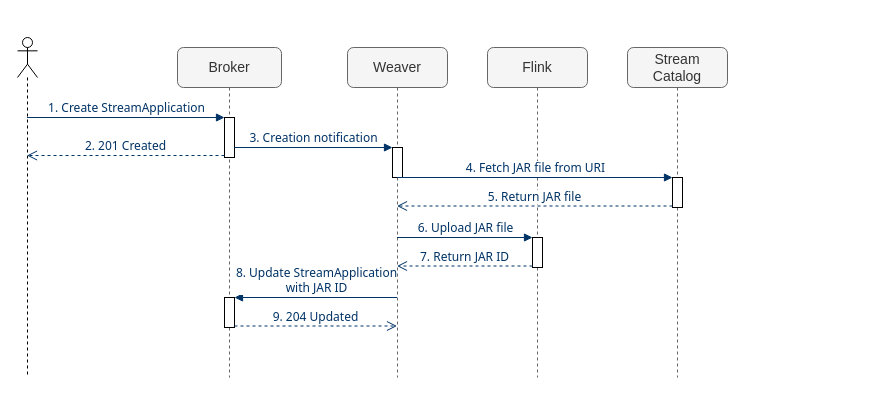
Earlier version of the draw.io diagram page "stream app sequence" (6 of 7) of docs/semantic aggregator.drawio (giros-dit/semantic-data-aggregator). Source tidied: cells renumbered, new cells numbered last; positions are measured from the earlier drawing's top-left corner, leaving out a move shared by most shapes. Both pictures are drawn from the tidied source at 100%, with x=0, y=0 at pixel (17, 37).
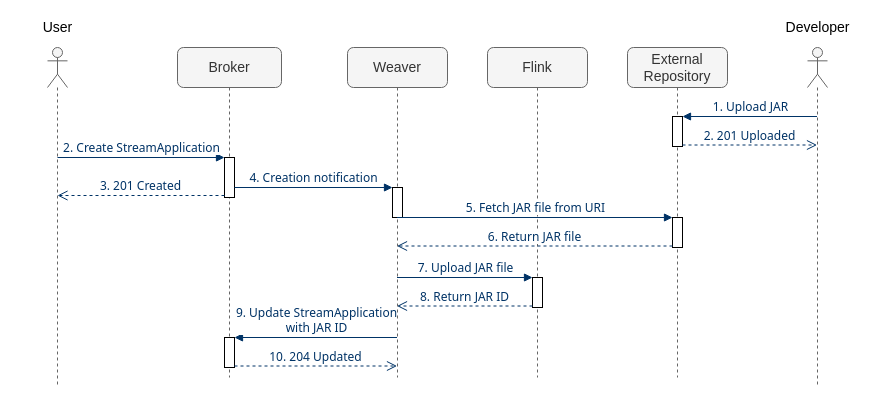
The same diagram, later.

The change refers to these unchanged cells:
```xml
<mxCell id="2" value="Broker" style="shape=umlLifeline;perimeter=lifelinePerimeter;whiteSpace=wrap;html=1;rounded=1;fontSize=14;fontColor=#333333;strokeColor=#666666;fillColor=#f5f5f5;" parent="1" vertex="1">
  <mxGeometry x="160" y="10" width="104" height="330" as="geometry" />
</mxCell>
<mxCell id="5" value="Weaver" style="shape=umlLifeline;perimeter=lifelinePerimeter;whiteSpace=wrap;html=1;outlineConnect=0;rounded=1;fontSize=14;fontColor=#333333;strokeColor=#666666;fillColor=#f5f5f5;" parent="1" vertex="1">
  <mxGeometry x="330" y="10" width="100" height="330" as="geometry" />
</mxCell>
<mxCell id="7" value="Flink" style="shape=umlLifeline;perimeter=lifelinePerimeter;whiteSpace=wrap;html=1;rounded=1;fontSize=14;fontColor=#333333;strokeColor=#666666;fillColor=#f5f5f5;" parent="1" vertex="1">
  <mxGeometry x="470" y="10" width="100" height="330" as="geometry" />
</mxCell>
```

Change to the diagram source:
```diff
@@
     <mxCell id="3" style="html=1;points=[];perimeter=orthogonalPerimeter;fontFamily=Tahoma;fontSize=12;fontColor=#003366;" parent="2" vertex="1">
-      <mxGeometry x="47" y="70" width="10" height="40" as="geometry" />
+      <mxGeometry x="47" y="110" width="10" height="40" as="geometry" />
     </mxCell>
     <mxCell id="4" style="html=1;points=[];perimeter=orthogonalPerimeter;fontFamily=Tahoma;fontSize=12;fontColor=#003366;" parent="2" vertex="1">
-      <mxGeometry x="47" y="250" width="10" height="30" as="geometry" />
+      <mxGeometry x="47" y="290" width="10" height="30" as="geometry" />
     </mxCell>
@@
     <mxCell id="6" style="html=1;points=[];perimeter=orthogonalPerimeter;fontFamily=Tahoma;fontSize=12;fontColor=#003366;" parent="5" vertex="1">
-      <mxGeometry x="45" y="100" width="10" height="30" as="geometry" />
+      <mxGeometry x="45" y="140" width="10" height="30" as="geometry" />
     </mxCell>
@@
     <mxCell id="8" style="html=1;points=[];perimeter=orthogonalPerimeter;fontFamily=Tahoma;fontSize=12;fontColor=#003366;" parent="7" vertex="1">
-      <mxGeometry x="45" y="190" width="10" height="30" as="geometry" />
+      <mxGeometry x="45" y="230" width="10" height="30" as="geometry" />
     </mxCell>
-    <mxCell id="9" value="Stream&lt;br&gt;Catalog" style="shape=umlLifeline;perimeter=lifelinePerimeter;whiteSpace=wrap;html=1;rounded=1;fontSize=14;fontColor=#333333;strokeColor=#666666;fillColor=#f5f5f5;" parent="1" vertex="1">
+    <mxCell id="9" value="External Repository" style="shape=umlLifeline;perimeter=lifelinePerimeter;whiteSpace=wrap;html=1;rounded=1;fontSize=14;fontColor=#333333;strokeColor=#666666;fillColor=#f5f5f5;" parent="1" vertex="1">
       <mxGeometry x="610" y="10" width="100" height="330" as="geometry" />
     </mxCell>
     <mxCell id="10" style="html=1;points=[];perimeter=orthogonalPerimeter;fontFamily=Tahoma;fontSize=12;fontColor=#003366;" parent="9" vertex="1">
-      <mxGeometry x="45" y="130" width="10" height="30" as="geometry" />
+      <mxGeometry x="45" y="170" width="10" height="30" as="geometry" />
     </mxCell>
-    <mxCell id="11" style="shape=umlLifeline;participant=umlActor;perimeter=lifelinePerimeter;whiteSpace=wrap;html=1;verticalAlign=top;spacingTop=36;outlineConnect=0;fontSize=13;" parent="1" vertex="1">
-      <mxGeometry width="20" height="340" as="geometry" />
-    </mxCell>
+    <mxCell id="21" style="html=1;points=[];perimeter=orthogonalPerimeter;fontSize=16;fontColor=#000066;" parent="9" vertex="1">
+      <mxGeometry x="45" y="69" width="10" height="30" as="geometry" />
+    </mxCell>
-    <mxCell id="12" value="3. Creation notification" style="html=1;verticalAlign=bottom;startArrow=none;endArrow=block;startSize=8;strokeColor=#003366;fontFamily=Tahoma;fontSize=12;fontColor=#003366;startFill=0;" parent="1" edge="1" source="3" target="6">
+    <mxCell id="12" value="4. Creation notification" style="html=1;verticalAlign=bottom;startArrow=none;endArrow=block;startSize=8;strokeColor=#003366;fontFamily=Tahoma;fontSize=12;fontColor=#003366;startFill=0;" parent="1" edge="1" source="3" target="6">
       <mxGeometry relative="1" as="geometry" />
     </mxCell>
-    <mxCell id="13" value="4. Fetch JAR file from URI" style="html=1;verticalAlign=bottom;endArrow=block;entryX=0;entryY=0;strokeColor=#003366;fontFamily=Tahoma;fontSize=12;fontColor=#003366;jumpStyle=gap;" parent="1" edge="1" source="5" target="10">
-      <mxGeometry relative="1" as="geometry" />
+    <mxCell id="13" value="5. Fetch JAR file from URI" style="html=1;verticalAlign=bottom;endArrow=block;entryX=0;entryY=0;strokeColor=#003366;fontFamily=Tahoma;fontSize=12;fontColor=#003366;jumpStyle=gap;" parent="1" edge="1" target="10">
+      <mxGeometry relative="1" as="geometry">
+        <mxPoint x="379.5" y="180" as="sourcePoint" />
+      </mxGeometry>
     </mxCell>
-    <mxCell id="14" value="5. Return JAR file" style="html=1;verticalAlign=bottom;endArrow=open;dashed=1;endSize=8;exitX=0;exitY=0.95;strokeColor=#003366;fontFamily=Tahoma;fontSize=12;fontColor=#003366;" parent="1" edge="1" source="10" target="5">
-      <mxGeometry relative="1" as="geometry" />
+    <mxCell id="14" value="6. Return JAR file" style="html=1;verticalAlign=bottom;endArrow=open;dashed=1;endSize=8;exitX=0;exitY=0.95;strokeColor=#003366;fontFamily=Tahoma;fontSize=12;fontColor=#003366;" parent="1" edge="1" source="10">
+      <mxGeometry relative="1" as="geometry">
+        <mxPoint x="379.5" y="208.5" as="targetPoint" />
+      </mxGeometry>
     </mxCell>
-    <mxCell id="15" value="6. Upload JAR file" style="html=1;verticalAlign=bottom;endArrow=block;entryX=0;entryY=0;strokeColor=#003366;fontFamily=Tahoma;fontSize=12;fontColor=#003366;" parent="1" edge="1" source="5" target="8">
-      <mxGeometry relative="1" as="geometry" />
+    <mxCell id="15" value="7. Upload JAR file" style="html=1;verticalAlign=bottom;endArrow=block;entryX=0;entryY=0;strokeColor=#003366;fontFamily=Tahoma;fontSize=12;fontColor=#003366;" parent="1" edge="1" target="8">
+      <mxGeometry relative="1" as="geometry">
+        <mxPoint x="379.5" y="240" as="sourcePoint" />
+      </mxGeometry>
     </mxCell>
-    <mxCell id="16" value="7. Return JAR ID" style="html=1;verticalAlign=bottom;endArrow=open;dashed=1;endSize=8;exitX=0;exitY=0.95;strokeColor=#003366;fontFamily=Tahoma;fontSize=12;fontColor=#003366;" parent="1" edge="1" source="8" target="5">
-      <mxGeometry relative="1" as="geometry" />
+    <mxCell id="16" value="8. Return JAR ID" style="html=1;verticalAlign=bottom;endArrow=open;dashed=1;endSize=8;exitX=0;exitY=0.95;strokeColor=#003366;fontFamily=Tahoma;fontSize=12;fontColor=#003366;" parent="1" edge="1" source="8">
+      <mxGeometry relative="1" as="geometry">
+        <mxPoint x="379.5" y="268.5" as="targetPoint" />
+      </mxGeometry>
     </mxCell>
-    <mxCell id="17" value="1. Create StreamApplication" style="html=1;verticalAlign=bottom;endArrow=block;entryX=0;entryY=0;strokeColor=#003366;fontFamily=Tahoma;fontSize=12;fontColor=#003366;" parent="1" edge="1" source="11" target="3">
-      <mxGeometry relative="1" as="geometry" />
+    <mxCell id="17" value="2. Create StreamApplication" style="html=1;verticalAlign=bottom;endArrow=block;entryX=0;entryY=0;strokeColor=#003366;fontFamily=Tahoma;fontSize=12;fontColor=#003366;" parent="1" edge="1" target="3">
+      <mxGeometry relative="1" as="geometry">
+        <mxPoint x="40" y="120" as="sourcePoint" />
+      </mxGeometry>
     </mxCell>
-    <mxCell id="18" value="2. 201 Created" style="html=1;verticalAlign=bottom;endArrow=open;dashed=1;endSize=8;exitX=0;exitY=0.95;strokeColor=#003366;fontFamily=Tahoma;fontSize=12;fontColor=#003366;" parent="1" edge="1" source="3" target="11">
-      <mxGeometry relative="1" as="geometry" />
+    <mxCell id="18" value="3. 201 Created" style="html=1;verticalAlign=bottom;endArrow=open;dashed=1;endSize=8;exitX=0;exitY=0.95;strokeColor=#003366;fontFamily=Tahoma;fontSize=12;fontColor=#003366;" parent="1" edge="1" source="3">
+      <mxGeometry relative="1" as="geometry">
+        <mxPoint x="40" y="158" as="targetPoint" />
+      </mxGeometry>
     </mxCell>
-    <mxCell id="19" value="8. Update StreamApplication &lt;br&gt;with JAR ID" style="html=1;verticalAlign=bottom;endArrow=block;entryX=1;entryY=0;strokeColor=#003366;fontFamily=Tahoma;fontSize=12;fontColor=#003366;" parent="1" edge="1" source="5" target="4">
-      <mxGeometry relative="1" as="geometry" />
+    <mxCell id="19" value="9. Update StreamApplication &lt;br&gt;with JAR ID" style="html=1;verticalAlign=bottom;endArrow=block;entryX=1;entryY=0;strokeColor=#003366;fontFamily=Tahoma;fontSize=12;fontColor=#003366;" parent="1" edge="1" target="4">
+      <mxGeometry relative="1" as="geometry">
+        <mxPoint x="379.5" y="300" as="sourcePoint" />
+      </mxGeometry>
     </mxCell>
-    <mxCell id="20" value="9. 204 Updated" style="html=1;verticalAlign=bottom;endArrow=open;dashed=1;endSize=8;exitX=1;exitY=0.95;strokeColor=#003366;fontFamily=Tahoma;fontSize=12;fontColor=#003366;" parent="1" edge="1" source="4" target="5">
-      <mxGeometry relative="1" as="geometry" />
+    <mxCell id="20" value="10. 204 Updated" style="html=1;verticalAlign=bottom;endArrow=open;dashed=1;endSize=8;exitX=1;exitY=0.95;strokeColor=#003366;fontFamily=Tahoma;fontSize=12;fontColor=#003366;" parent="1" edge="1" source="4">
+      <mxGeometry relative="1" as="geometry">
+        <mxPoint x="379.5" y="328.5" as="targetPoint" />
+      </mxGeometry>
     </mxCell>
+    <mxCell id="22" value="1. Upload JAR" style="html=1;verticalAlign=bottom;endArrow=block;entryX=1;entryY=0;fontSize=12;fontColor=#003366;fontFamily=Tahoma;strokeColor=#003366;" parent="1" edge="1" source="25" target="21">
+      <mxGeometry relative="1" as="geometry" />
+    </mxCell>
+    <mxCell id="23" value="2. 201 Uploaded" style="html=1;verticalAlign=bottom;endArrow=open;dashed=1;endSize=8;exitX=1;exitY=0.95;fontSize=12;fontColor=#003366;fontFamily=Tahoma;strokeColor=#003366;" parent="1" edge="1" source="21" target="25">
+      <mxGeometry relative="1" as="geometry" />
+    </mxCell>
+    <mxCell id="24" style="group;" parent="1" vertex="1">
+      <mxGeometry x="760" y="-20" width="80" height="370" as="geometry" />
+    </mxCell>
+    <mxCell id="25" style="shape=umlLifeline;participant=umlActor;perimeter=lifelinePerimeter;whiteSpace=wrap;html=1;verticalAlign=middle;outlineConnect=0;fontSize=14;rounded=1;fontColor=#333333;strokeColor=#666666;fillColor=#f5f5f5;" parent="24" vertex="1">
+      <mxGeometry x="30" y="30" width="20" height="340" as="geometry" />
+    </mxCell>
+    <mxCell id="26" value="&lt;span style=&quot;font-size: 14px;&quot;&gt;Developer&lt;/span&gt;" style="text;html=1;align=center;verticalAlign=middle;fontSize=14;" parent="24" vertex="1">
+      <mxGeometry width="80" height="20" as="geometry" />
+    </mxCell>
+    <mxCell id="27" style="group;" parent="1" vertex="1">
+      <mxGeometry x="15" y="-20" width="50" height="370" as="geometry" />
+    </mxCell>
+    <mxCell id="11" style="shape=umlLifeline;participant=umlActor;perimeter=lifelinePerimeter;whiteSpace=wrap;html=1;verticalAlign=middle;outlineConnect=0;fontSize=14;rounded=1;fontColor=#333333;strokeColor=#666666;fillColor=#f5f5f5;" parent="27" vertex="1">
+      <mxGeometry x="15" y="30" width="20" height="340" as="geometry" />
+    </mxCell>
+    <mxCell id="28" value="&lt;font style=&quot;font-size: 14px;&quot;&gt;User&lt;/font&gt;" style="text;html=1;align=center;verticalAlign=middle;fontSize=14;" parent="27" vertex="1">
+      <mxGeometry width="50" height="20" as="geometry" />
+    </mxCell>
```
